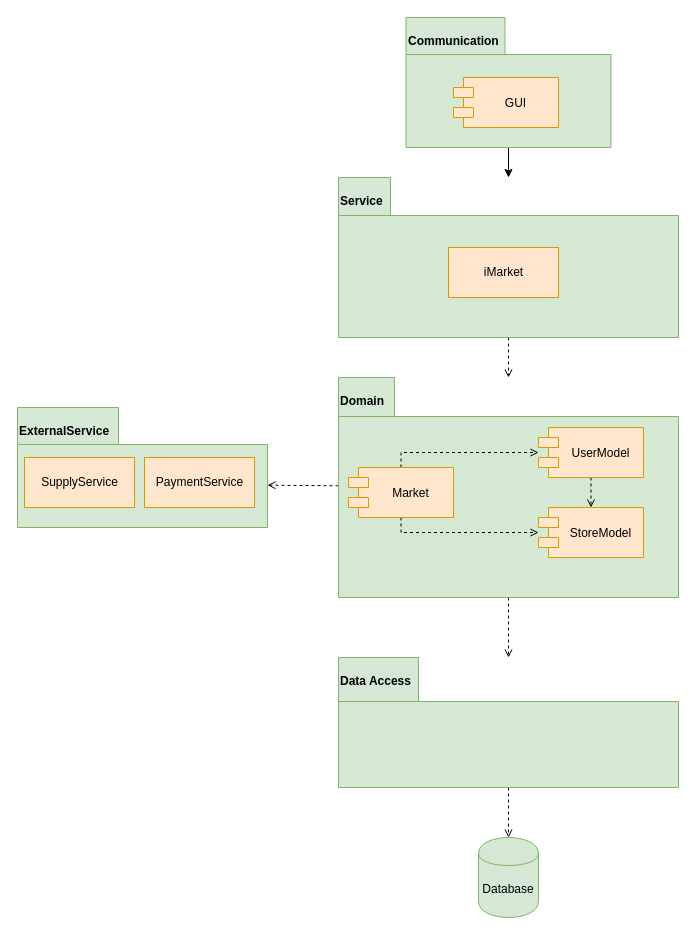
Above: page "componentD" (4 of 5) of white diagram.drawio in Sadna-Market/Market (draw.io), before the change. Source tidied: cells renumbered, new cells numbered last; positions are measured from the earlier drawing's top-left corner, leaving out a move shared by most shapes. Both pictures are drawn from the tidied source at 100%, with x=0, y=0 at pixel (17, 17).
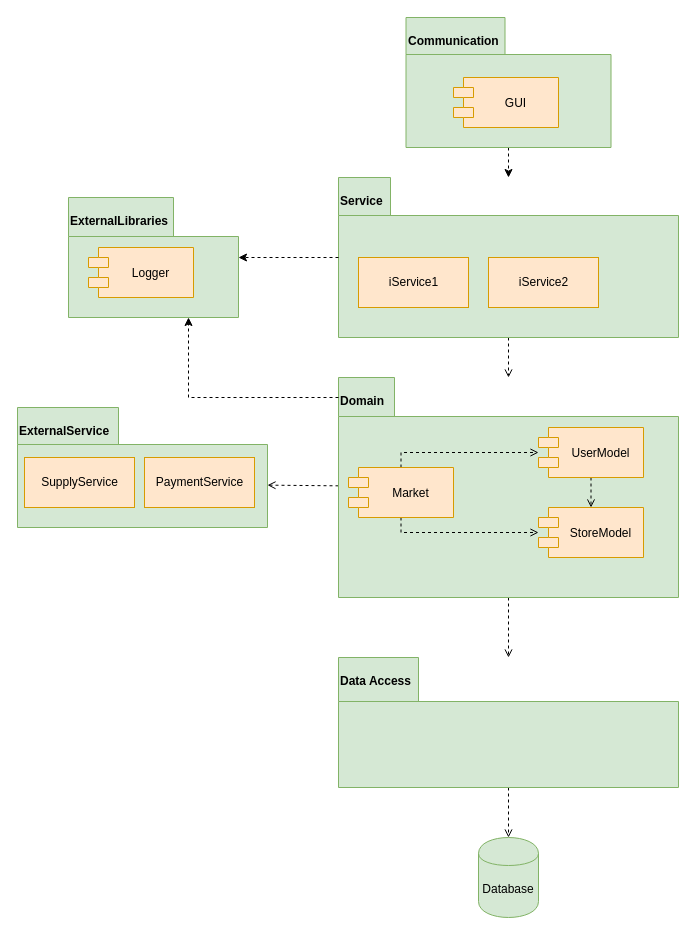
The same diagram, later.

Unchanged cells that the change refers to:
```xml
<mxCell id="3" value="Service" style="shape=folder;fontStyle=1;spacingTop=10;tabWidth=52;tabHeight=38;tabPosition=left;html=1;align=left;verticalAlign=top;fillColor=#d5e8d4;strokeColor=#82b366;" parent="1" vertex="1">
  <mxGeometry x="321" y="160" width="340" height="160" as="geometry" />
</mxCell>
<mxCell id="6" value="Domain" style="shape=folder;fontStyle=1;spacingTop=10;tabWidth=56;tabHeight=39;tabPosition=left;html=1;align=left;verticalAlign=top;fillColor=#d5e8d4;strokeColor=#82b366;" parent="1" vertex="1">
  <mxGeometry x="321" y="360" width="340" height="220" as="geometry" />
</mxCell>
<mxCell id="22" value="Communication" style="shape=folder;fontStyle=1;spacingTop=10;tabWidth=99;tabHeight=37;tabPosition=left;html=1;align=left;verticalAlign=top;fillColor=#d5e8d4;strokeColor=#82b366;" parent="1" vertex="1">
  <mxGeometry x="388.5" width="205" height="130" as="geometry" />
</mxCell>
```

Diff of the diagram source:
```diff
@@
-    <mxCell id="20" value="iMarket" style="html=1;fillColor=#ffe6cc;strokeColor=#d79b00;" parent="1" vertex="1">
-      <mxGeometry x="431" y="230" width="110" height="50" as="geometry" />
+    <mxCell id="20" value="iService1" style="html=1;fillColor=#ffe6cc;strokeColor=#d79b00;" parent="1" vertex="1">
+      <mxGeometry x="341" y="240" width="110" height="50" as="geometry" />
     </mxCell>
-    <mxCell id="21" style="edgeStyle=none;rounded=0;jettySize=auto;html=1;" parent="1" edge="1" source="22" target="3">
+    <mxCell id="21" style="edgeStyle=none;rounded=0;jettySize=auto;html=1;dashed=1;" parent="1" edge="1" source="22" target="3">
       <mxGeometry relative="1" as="geometry" />
     </mxCell>
@@
+    <mxCell id="24" style="group;" parent="1" vertex="1">
+      <mxGeometry x="51" y="180" width="170" height="120" as="geometry" />
+    </mxCell>
+    <mxCell id="25" value="ExternalLibraries" style="shape=folder;fontStyle=1;spacingTop=10;tabWidth=105;tabHeight=39;tabPosition=left;html=1;align=left;verticalAlign=top;fillColor=#d5e8d4;strokeColor=#82b366;" parent="24" vertex="1">
+      <mxGeometry width="170" height="120" as="geometry" />
+    </mxCell>
+    <mxCell id="26" value="Logger" style="shape=module;align=left;spacingLeft=20;align=center;verticalAlign=middle;fillColor=#ffe6cc;strokeColor=#d79b00;" parent="24" vertex="1">
+      <mxGeometry x="20" y="50" width="105" height="50" as="geometry" />
+    </mxCell>
+    <mxCell id="27" style="edgeStyle=orthogonalEdgeStyle;rounded=0;jettySize=auto;html=1;dashed=1;" parent="1" edge="1" source="3" target="25">
+      <mxGeometry relative="1" as="geometry" />
+    </mxCell>
+    <mxCell id="28" style="edgeStyle=orthogonalEdgeStyle;rounded=0;jettySize=auto;html=1;dashed=1;" parent="1" edge="1" source="6" target="25">
+      <mxGeometry relative="1" as="geometry">
+        <Array as="points">
+          <mxPoint x="171" y="380" />
+        </Array>
+      </mxGeometry>
+    </mxCell>
+    <mxCell id="29" value="iService2" style="html=1;fillColor=#ffe6cc;strokeColor=#d79b00;" parent="1" vertex="1">
+      <mxGeometry x="471" y="240" width="110" height="50" as="geometry" />
+    </mxCell>
```
